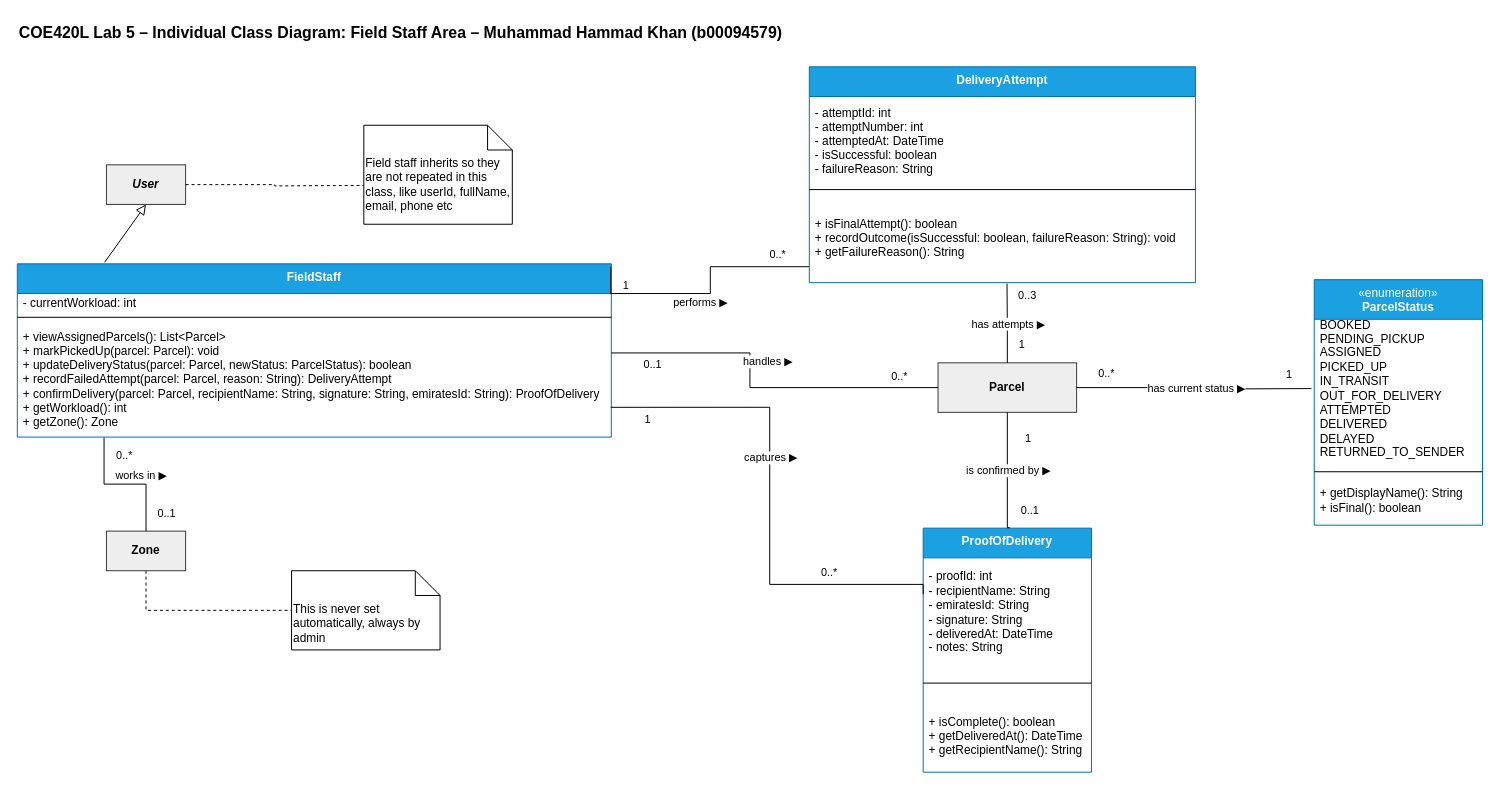
Before: Project/Object_Modeling/Individual_Models/Muhammad_Hammad_Class_Diagram.drawio in COE420-Team10-F26/Courier_parcel_tracking_system, a draw.io diagram. Source tidied: cells renumbered, new cells numbered last; positions are measured from the earlier drawing's top-left corner, leaving out a move shared by most shapes. Both pictures are drawn from the tidied source at 99%, with x=0, y=0 at pixel (17, 17).
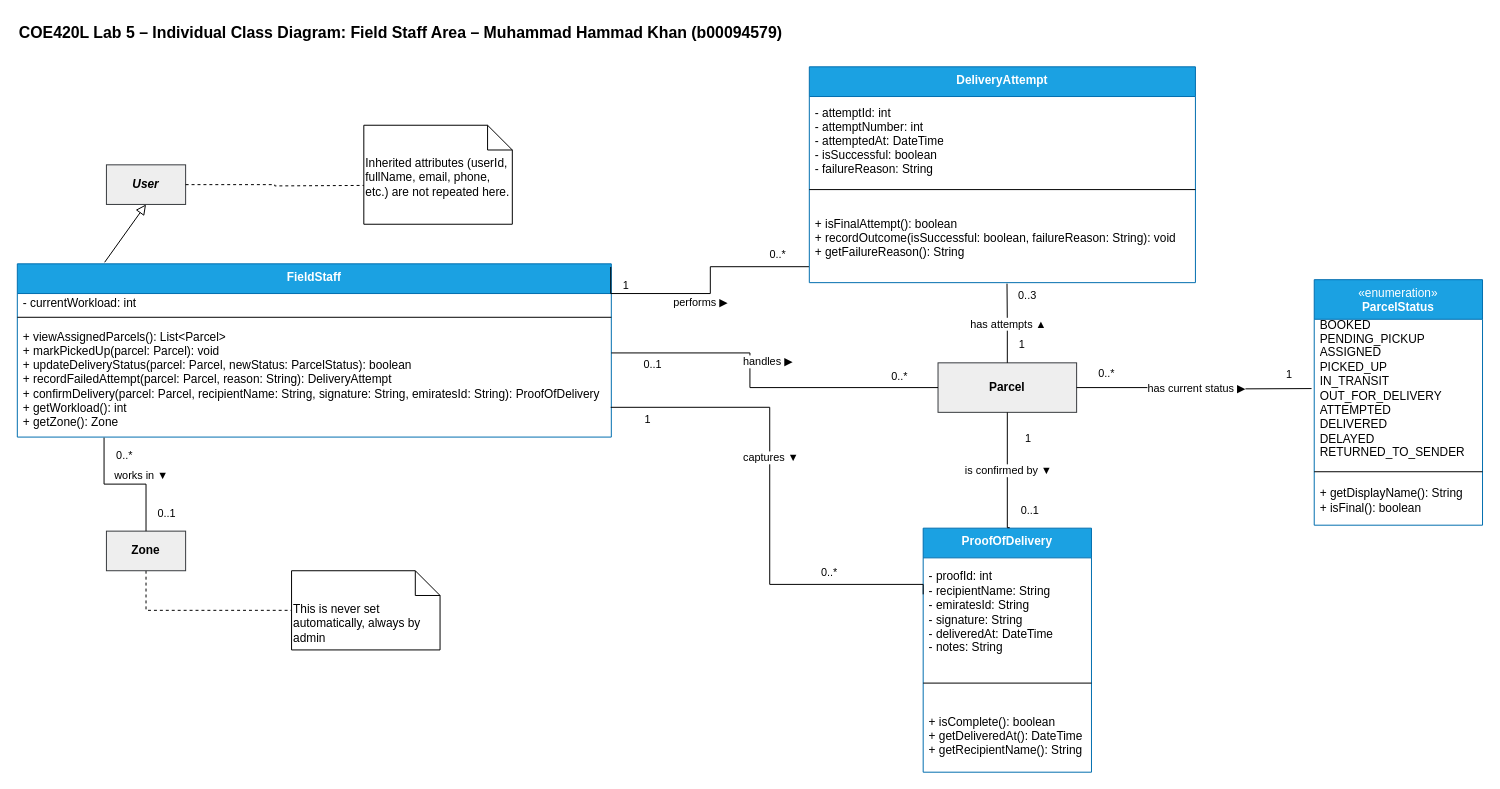
Above is the later version.

Commit message (it also covers changes not shown here):
Polish: decision wording, arrow directions, ID ranges, diagram labels

The change refers to these unchanged cells:
```xml
<mxCell id="11" style="endArrow=none;endFill=0;html=1;edgeStyle=orthogonalEdgeStyle;align=left;verticalAlign=top;rounded=0;exitX=0.5;exitY=0;exitDx=0;exitDy=0;entryX=0.146;entryY=1.005;entryDx=0;entryDy=0;entryPerimeter=0;" parent="1" edge="1" source="4" target="8">
  <mxGeometry x="-1" relative="1" as="geometry" />
</mxCell>
<mxCell id="27" style="endArrow=none;endFill=0;html=1;edgeStyle=orthogonalEdgeStyle;align=left;verticalAlign=top;rounded=0;exitX=0.5;exitY=0;exitDx=0;exitDy=0;entryX=0.512;entryY=1.011;entryDx=0;entryDy=0;entryPerimeter=0;" parent="1" edge="1" source="26" target="21">
  <mxGeometry x="-1" relative="1" as="geometry" />
</mxCell>
<mxCell id="35" style="endArrow=none;endFill=0;html=1;edgeStyle=orthogonalEdgeStyle;align=left;verticalAlign=top;rounded=0;entryX=0.5;entryY=1;entryDx=0;entryDy=0;exitX=0.514;exitY=-0.002;exitDx=0;exitDy=0;exitPerimeter=0;" parent="1" edge="1" source="31" target="26">
  <mxGeometry x="-1" relative="1" as="geometry">
    <Array as="points">
      <mxPoint x="1000" y="515.7" />
    </Array>
  </mxGeometry>
</mxCell>
<mxCell id="43" style="endArrow=none;endFill=0;html=1;edgeStyle=orthogonalEdgeStyle;align=left;verticalAlign=top;rounded=0;exitX=0.999;exitY=0.743;exitDx=0;exitDy=0;exitPerimeter=0;entryX=0;entryY=0.335;entryDx=0;entryDy=0;entryPerimeter=0;" parent="1" edge="1" source="8" target="32">
  <mxGeometry x="-0.54" relative="1" as="geometry">
    <Array as="points">
      <mxPoint x="760" y="393.9" />
      <mxPoint x="760" y="572.8" />
    </Array>
  </mxGeometry>
</mxCell>
```

What changed in the source:
```diff
@@
-    <mxCell id="13" value="works in&amp;nbsp;▶" style="edgeLabel;html=1;align=center;verticalAlign=middle;" parent="11" vertex="1">
+    <mxCell id="13" value="works in&amp;nbsp;▼" style="edgeLabel;html=1;align=center;verticalAlign=middle;" parent="11" vertex="1">
       <mxGeometry x="-0.23" relative="1" as="geometry">
         <mxPoint y="-9" as="offset" />
       </mxGeometry>
     </mxCell>
@@
-    <mxCell id="16" value="Field staff inherits so they are not repeated in this class, like userId, fullName, email, phone etc" style="shape=note2;boundedLbl=1;whiteSpace=wrap;html=1;size=25;verticalAlign=top;align=left;" parent="1" vertex="1">
+    <mxCell id="16" value="Inherited attributes (userId, fullName, email, phone, etc.) are not repeated here." style="shape=note2;boundedLbl=1;whiteSpace=wrap;html=1;size=25;verticalAlign=top;align=left;" parent="1" vertex="1">
       <mxGeometry x="350" y="109" width="150" height="100" as="geometry" />
     </mxCell>
@@
-    <mxCell id="29" value="has attempts ▶" style="edgeLabel;html=1;align=center;verticalAlign=middle;" parent="27" vertex="1">
+    <mxCell id="29" value="has attempts ▲" style="edgeLabel;html=1;align=center;verticalAlign=middle;" parent="27" vertex="1">
       <mxGeometry x="-0.24" relative="1" as="geometry">
         <mxPoint y="-9" as="offset" />
       </mxGeometry>
     </mxCell>
@@
-    <mxCell id="37" value="is confirmed by ▶" style="edgeLabel;html=1;align=center;verticalAlign=middle;" parent="35" vertex="1">
+    <mxCell id="37" value="is confirmed by ▼" style="edgeLabel;html=1;align=center;verticalAlign=middle;" parent="35" vertex="1">
       <mxGeometry x="-0.24" relative="1" as="geometry">
         <mxPoint y="-15" as="offset" />
       </mxGeometry>
     </mxCell>
@@
-    <mxCell id="45" value="captures ▶" style="edgeLabel;html=1;align=center;verticalAlign=middle;" parent="43" vertex="1">
+    <mxCell id="45" value="captures ▼" style="edgeLabel;html=1;align=center;verticalAlign=middle;" parent="43" vertex="1">
       <mxGeometry x="-0.18" relative="1" as="geometry">
         <mxPoint y="4" as="offset" />
       </mxGeometry>
     </mxCell>
```
